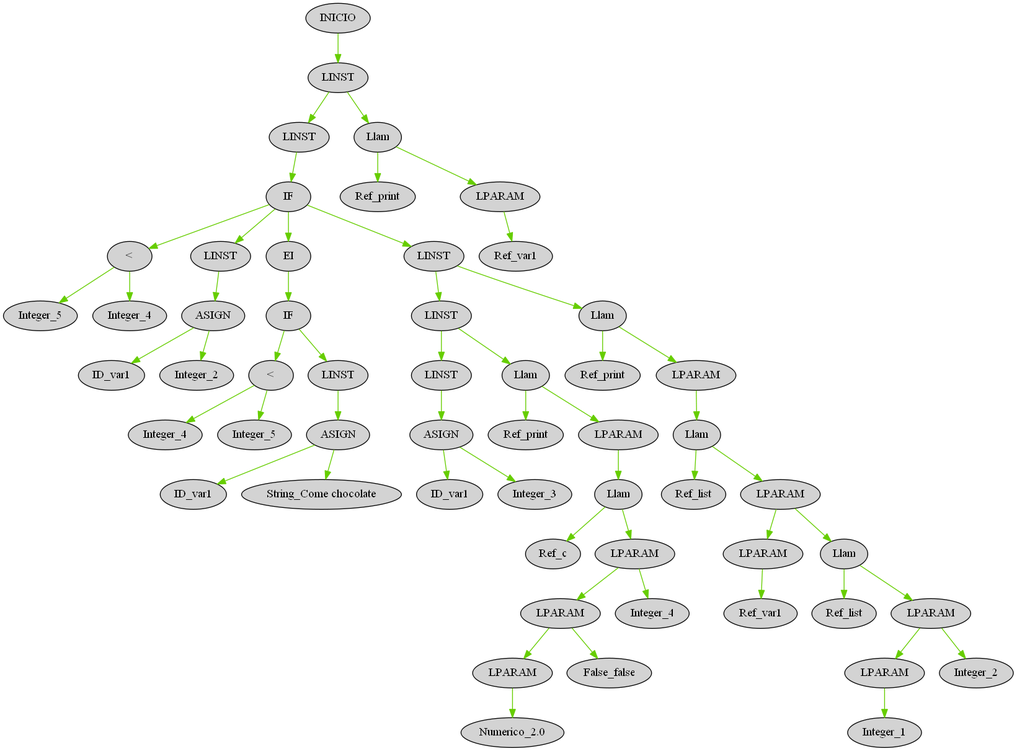
This is OLC2P12020/AST_proyecto.png from ElmerAlay/OLC21P2020, a Graphviz export, as it was before one commit. Its source is kept beside it as OLC2P12020/AST_proyecto.dot.
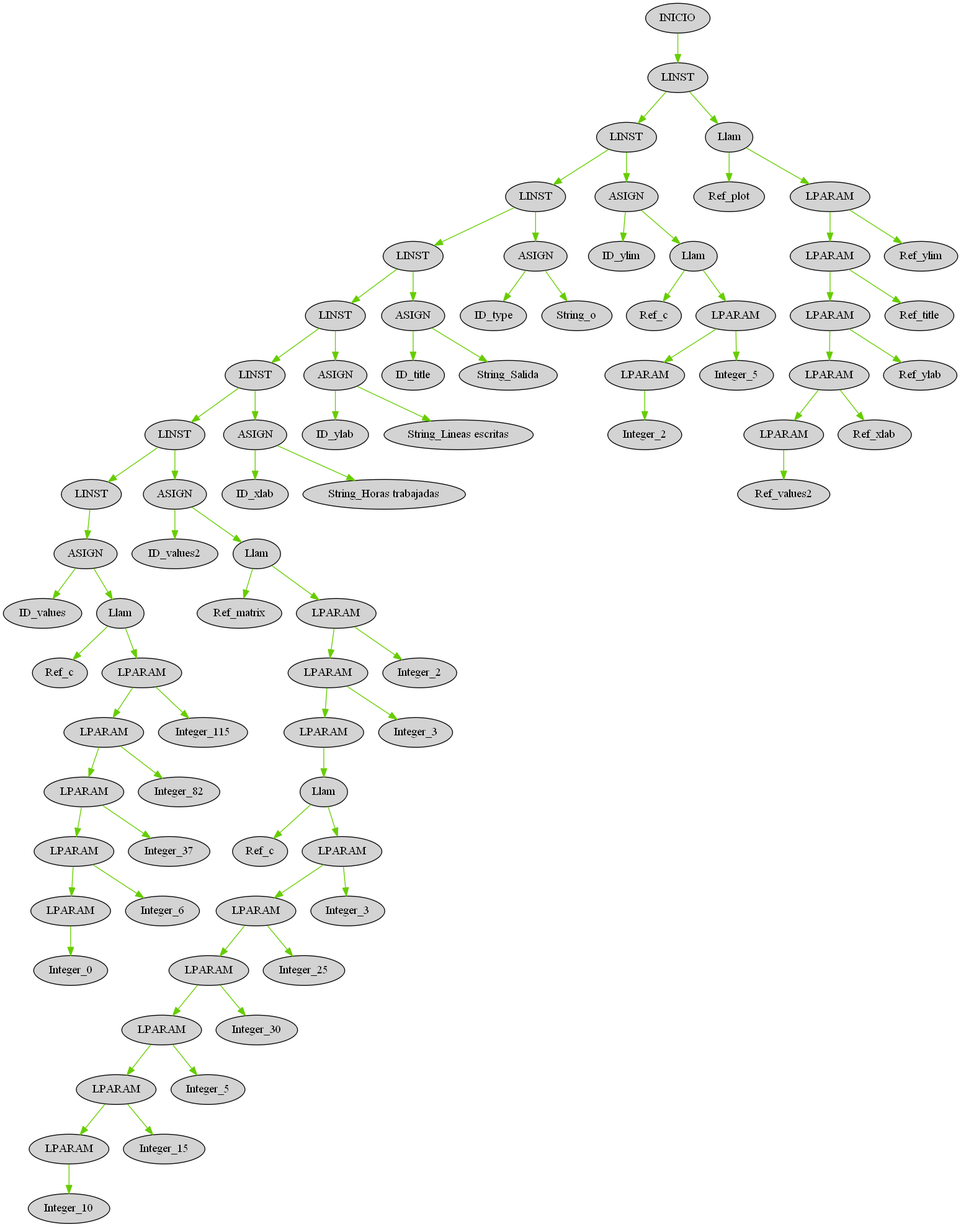
After the commit.

The edit, as a diff of the source:
```diff
@@ -1,166 +1,235 @@
 digraph G { node[shape=oval, style=filled, collor=coral]; edge[color=chartreuse3]; rankdir=UD
 
-"150" [label="INICIO"]
-"149" [label="LINST"]
-"150" -> "149"
-"149" [label="LINST"]
-"144" [label="LINST"]
-"149" -> "144"
-"144" [label="LINST"]
-"143" [label="IF"]
-"144" -> "143"
-"143" [label="IF"]
-"98" [label="<"]
-"143" -> "98"
-"98" [label="<"]
-"96" [label="Integer_5"]
+"155" [label="INICIO"]
+"154" [label="LINST"]
+"155" -> "154"
+"154" [label="LINST"]
+"141" [label="LINST"]
+"154" -> "141"
+"141" [label="LINST"]
+"132" [label="LINST"]
+"141" -> "132"
+"132" [label="LINST"]
+"128" [label="LINST"]
+"132" -> "128"
+"128" [label="LINST"]
+"124" [label="LINST"]
+"128" -> "124"
+"124" [label="LINST"]
+"120" [label="LINST"]
+"124" -> "120"
+"120" [label="LINST"]
+"116" [label="LINST"]
+"120" -> "116"
+"116" [label="LINST"]
+"92" [label="LINST"]
+"116" -> "92"
+"92" [label="LINST"]
+"91" [label="ASIGN"]
+"92" -> "91"
+"91" [label="ASIGN"]
+"90" [label="ID_values"]
+"91" -> "90"
+"91" [label="ASIGN"]
+"89" [label="Llam"]
+"91" -> "89"
+"89" [label="Llam"]
+"88" [label="Ref_c"]
+"89" -> "88"
+"89" [label="Llam"]
+"87" [label="LPARAM"]
+"89" -> "87"
+"87" [label="LPARAM"]
+"85" [label="LPARAM"]
+"87" -> "85"
+"85" [label="LPARAM"]
+"83" [label="LPARAM"]
+"85" -> "83"
+"83" [label="LPARAM"]
+"81" [label="LPARAM"]
+"83" -> "81"
+"81" [label="LPARAM"]
+"79" [label="LPARAM"]
+"81" -> "79"
+"79" [label="LPARAM"]
+"78" [label="Integer_0"]
+"79" -> "78"
+"81" [label="LPARAM"]
+"80" [label="Integer_6"]
+"81" -> "80"
+"83" [label="LPARAM"]
+"82" [label="Integer_37"]
+"83" -> "82"
+"85" [label="LPARAM"]
+"84" [label="Integer_82"]
+"85" -> "84"
+"87" [label="LPARAM"]
+"86" [label="Integer_115"]
+"87" -> "86"
+"116" [label="LINST"]
+"115" [label="ASIGN"]
+"116" -> "115"
+"115" [label="ASIGN"]
+"114" [label="ID_values2"]
+"115" -> "114"
+"115" [label="ASIGN"]
+"113" [label="Llam"]
+"115" -> "113"
+"113" [label="Llam"]
+"112" [label="Ref_matrix"]
+"113" -> "112"
+"113" [label="Llam"]
+"111" [label="LPARAM"]
+"113" -> "111"
+"111" [label="LPARAM"]
+"109" [label="LPARAM"]
+"111" -> "109"
+"109" [label="LPARAM"]
+"107" [label="LPARAM"]
+"109" -> "107"
+"107" [label="LPARAM"]
+"106" [label="Llam"]
+"107" -> "106"
+"106" [label="Llam"]
+"105" [label="Ref_c"]
+"106" -> "105"
+"106" [label="Llam"]
+"104" [label="LPARAM"]
+"106" -> "104"
+"104" [label="LPARAM"]
+"102" [label="LPARAM"]
+"104" -> "102"
+"102" [label="LPARAM"]
+"100" [label="LPARAM"]
+"102" -> "100"
+"100" [label="LPARAM"]
+"98" [label="LPARAM"]
+"100" -> "98"
+"98" [label="LPARAM"]
+"96" [label="LPARAM"]
 "98" -> "96"
-"98" [label="<"]
-"97" [label="Integer_4"]
+"96" [label="LPARAM"]
+"94" [label="LPARAM"]
+"96" -> "94"
+"94" [label="LPARAM"]
+"93" [label="Integer_10"]
+"94" -> "93"
+"96" [label="LPARAM"]
+"95" [label="Integer_15"]
+"96" -> "95"
+"98" [label="LPARAM"]
+"97" [label="Integer_5"]
 "98" -> "97"
-"143" [label="IF"]
-"102" [label="LINST"]
-"143" -> "102"
-"102" [label="LINST"]
-"101" [label="ASIGN"]
+"100" [label="LPARAM"]
+"99" [label="Integer_30"]
+"100" -> "99"
+"102" [label="LPARAM"]
+"101" [label="Integer_25"]
 "102" -> "101"
-"101" [label="ASIGN"]
-"100" [label="ID_var1"]
-"101" -> "100"
-"101" [label="ASIGN"]
-"99" [label="Integer_2"]
-"101" -> "99"
-"143" [label="IF"]
-"111" [label="EI"]
-"143" -> "111"
-"111" [label="EI"]
-"110" [label="IF"]
+"104" [label="LPARAM"]
+"103" [label="Integer_3"]
+"104" -> "103"
+"109" [label="LPARAM"]
+"108" [label="Integer_3"]
+"109" -> "108"
+"111" [label="LPARAM"]
+"110" [label="Integer_2"]
 "111" -> "110"
-"110" [label="IF"]
-"105" [label="<"]
-"110" -> "105"
-"105" [label="<"]
-"103" [label="Integer_4"]
-"105" -> "103"
-"105" [label="<"]
-"104" [label="Integer_5"]
-"105" -> "104"
-"110" [label="IF"]
-"109" [label="LINST"]
-"110" -> "109"
-"109" [label="LINST"]
-"108" [label="ASIGN"]
-"109" -> "108"
-"108" [label="ASIGN"]
-"107" [label="ID_var1"]
-"108" -> "107"
-"108" [label="ASIGN"]
-"106" [label="String_Come chocolate"]
-"108" -> "106"
-"143" [label="IF"]
-"142" [label="LINST"]
-"143" -> "142"
-"142" [label="LINST"]
-"127" [label="LINST"]
-"142" -> "127"
-"127" [label="LINST"]
-"115" [label="LINST"]
-"127" -> "115"
-"115" [label="LINST"]
-"114" [label="ASIGN"]
-"115" -> "114"
-"114" [label="ASIGN"]
-"113" [label="ID_var1"]
-"114" -> "113"
-"114" [label="ASIGN"]
-"112" [label="Integer_3"]
-"114" -> "112"
-"127" [label="LINST"]
-"126" [label="Llam"]
+"120" [label="LINST"]
+"119" [label="ASIGN"]
+"120" -> "119"
+"119" [label="ASIGN"]
+"118" [label="ID_xlab"]
+"119" -> "118"
+"119" [label="ASIGN"]
+"117" [label="String_Horas trabajadas"]
+"119" -> "117"
+"124" [label="LINST"]
+"123" [label="ASIGN"]
+"124" -> "123"
+"123" [label="ASIGN"]
+"122" [label="ID_ylab"]
+"123" -> "122"
+"123" [label="ASIGN"]
+"121" [label="String_Lineas escritas"]
+"123" -> "121"
+"128" [label="LINST"]
+"127" [label="ASIGN"]
+"128" -> "127"
+"127" [label="ASIGN"]
+"126" [label="ID_title"]
 "127" -> "126"
-"126" [label="Llam"]
-"125" [label="Ref_print"]
-"126" -> "125"
-"126" [label="Llam"]
-"124" [label="LPARAM"]
-"126" -> "124"
-"124" [label="LPARAM"]
-"123" [label="Llam"]
-"124" -> "123"
-"123" [label="Llam"]
-"122" [label="Ref_c"]
-"123" -> "122"
-"123" [label="Llam"]
-"121" [label="LPARAM"]
-"123" -> "121"
-"121" [label="LPARAM"]
-"119" [label="LPARAM"]
-"121" -> "119"
-"119" [label="LPARAM"]
-"117" [label="LPARAM"]
-"119" -> "117"
-"117" [label="LPARAM"]
-"116" [label="Numerico_2.0"]
-"117" -> "116"
-"119" [label="LPARAM"]
-"118" [label="False_false"]
-"119" -> "118"
-"121" [label="LPARAM"]
-"120" [label="Integer_4"]
-"121" -> "120"
-"142" [label="LINST"]
-"141" [label="Llam"]
-"142" -> "141"
-"141" [label="Llam"]
-"140" [label="Ref_print"]
+"127" [label="ASIGN"]
+"125" [label="String_Salida"]
+"127" -> "125"
+"132" [label="LINST"]
+"131" [label="ASIGN"]
+"132" -> "131"
+"131" [label="ASIGN"]
+"130" [label="ID_type"]
+"131" -> "130"
+"131" [label="ASIGN"]
+"129" [label="String_o"]
+"131" -> "129"
+"141" [label="LINST"]
+"140" [label="ASIGN"]
 "141" -> "140"
-"141" [label="Llam"]
-"139" [label="LPARAM"]
-"141" -> "139"
-"139" [label="LPARAM"]
+"140" [label="ASIGN"]
+"139" [label="ID_ylim"]
+"140" -> "139"
+"140" [label="ASIGN"]
 "138" [label="Llam"]
-"139" -> "138"
+"140" -> "138"
 "138" [label="Llam"]
-"137" [label="Ref_list"]
+"137" [label="Ref_c"]
 "138" -> "137"
 "138" [label="Llam"]
 "136" [label="LPARAM"]
 "138" -> "136"
 "136" [label="LPARAM"]
-"129" [label="LPARAM"]
-"136" -> "129"
-"129" [label="LPARAM"]
-"128" [label="Ref_var1"]
-"129" -> "128"
+"134" [label="LPARAM"]
+"136" -> "134"
+"134" [label="LPARAM"]
+"133" [label="Integer_2"]
+"134" -> "133"
 "136" [label="LPARAM"]
-"135" [label="Llam"]
+"135" [label="Integer_5"]
 "136" -> "135"
-"135" [label="Llam"]
-"134" [label="Ref_list"]
-"135" -> "134"
-"135" [label="Llam"]
-"133" [label="LPARAM"]
-"135" -> "133"
-"133" [label="LPARAM"]
-"131" [label="LPARAM"]
-"133" -> "131"
-"131" [label="LPARAM"]
-"130" [label="Integer_1"]
-"131" -> "130"
-"133" [label="LPARAM"]
-"132" [label="Integer_2"]
-"133" -> "132"
-"149" [label="LINST"]
-"148" [label="Llam"]
+"154" [label="LINST"]
+"153" [label="Llam"]
+"154" -> "153"
+"153" [label="Llam"]
+"152" [label="Ref_plot"]
+"153" -> "152"
+"153" [label="Llam"]
+"151" [label="LPARAM"]
+"153" -> "151"
+"151" [label="LPARAM"]
+"149" [label="LPARAM"]
+"151" -> "149"
+"149" [label="LPARAM"]
+"147" [label="LPARAM"]
+"149" -> "147"
+"147" [label="LPARAM"]
+"145" [label="LPARAM"]
+"147" -> "145"
+"145" [label="LPARAM"]
+"143" [label="LPARAM"]
+"145" -> "143"
+"143" [label="LPARAM"]
+"142" [label="Ref_values2"]
+"143" -> "142"
+"145" [label="LPARAM"]
+"144" [label="Ref_xlab"]
+"145" -> "144"
+"147" [label="LPARAM"]
+"146" [label="Ref_ylab"]
+"147" -> "146"
+"149" [label="LPARAM"]
+"148" [label="Ref_title"]
 "149" -> "148"
-"148" [label="Llam"]
-"147" [label="Ref_print"]
-"148" -> "147"
-"148" [label="Llam"]
-"146" [label="LPARAM"]
-"148" -> "146"
-"146" [label="LPARAM"]
-"145" [label="Ref_var1"]
-"146" -> "145"
+"151" [label="LPARAM"]
+"150" [label="Ref_ylim"]
+"151" -> "150"
 
 }
```
